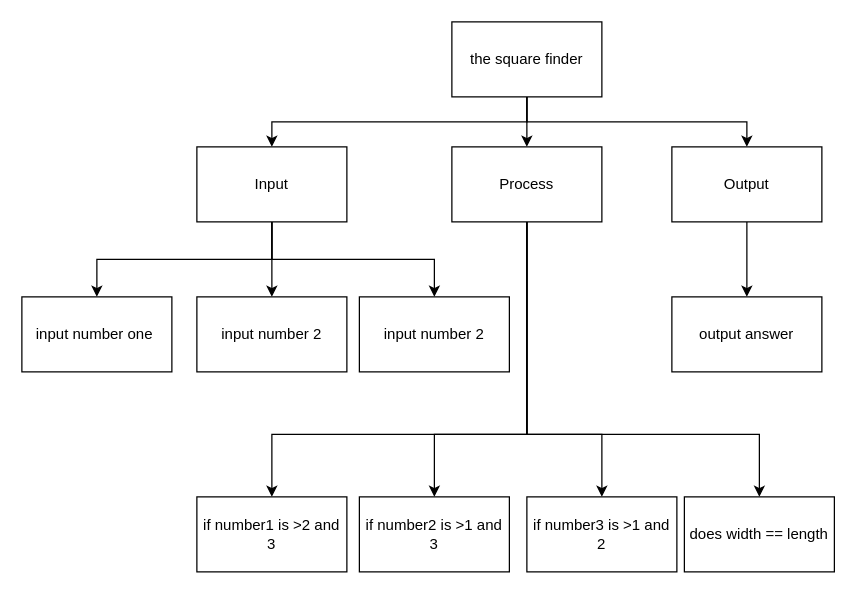
The draw.io diagram plan.drawio in devin-jhu/ICS3U-Assignment3-Python, before the edit. Source tidied: cells renumbered, new cells numbered last; positions are measured from the earlier drawing's top-left corner, leaving out a move shared by most shapes. Both pictures are drawn from the tidied source at 125%, with x=0, y=0 at pixel (21, 21).
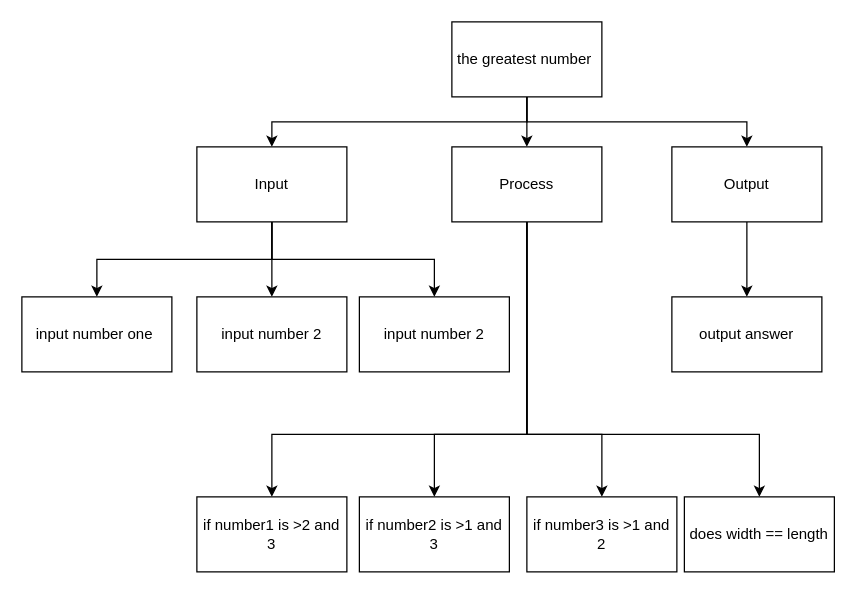
Above is the later version.

What changed in the source:
```diff
@@
-    <mxCell id="5" value="the square finder" style="rounded=0;whiteSpace=wrap;html=1;" parent="1" vertex="1">
+    <mxCell id="5" value="the greatest number&amp;nbsp;" style="rounded=0;whiteSpace=wrap;html=1;" parent="1" vertex="1">
       <mxGeometry x="344" width="120" height="60" as="geometry" />
     </mxCell>
```
